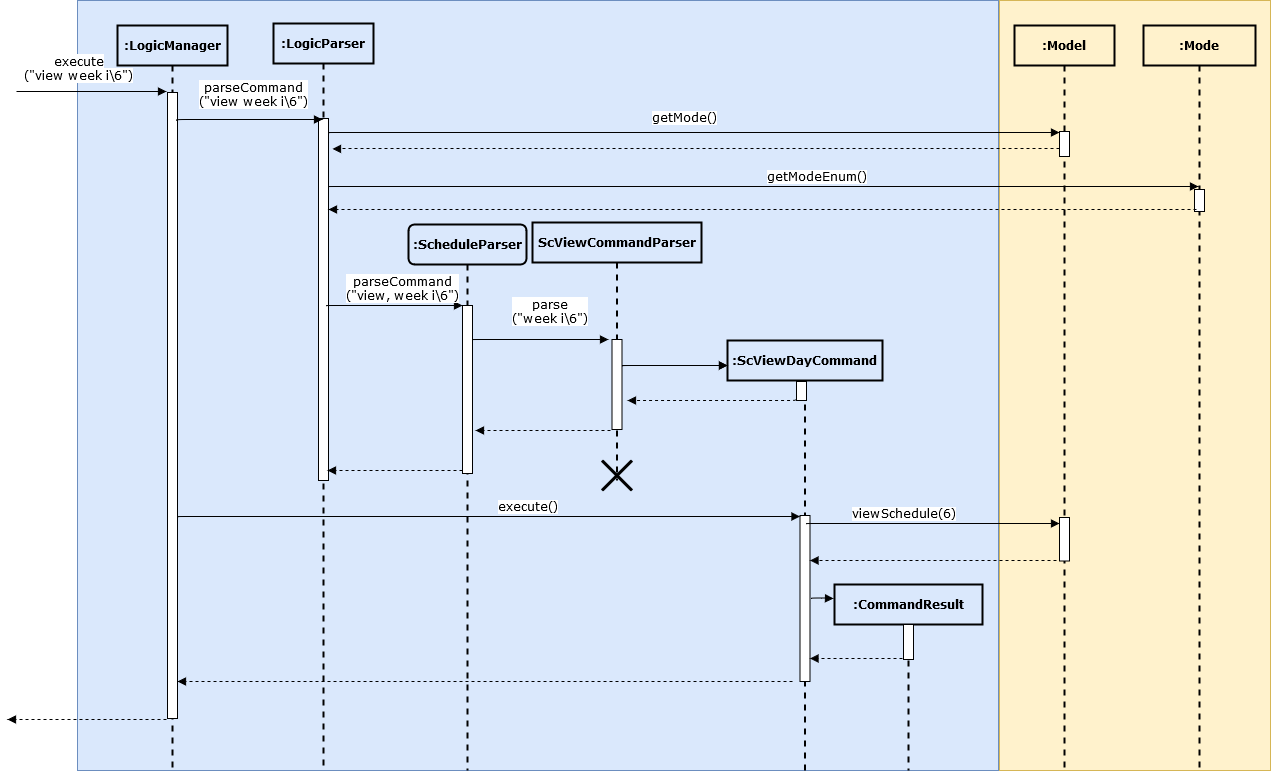
This is images/viewWeekSequenceDiagram.png from AY1920S2-CS2103T-F10-3/main, a draw.io export, as it was before one commit. Source tidied: cells renumbered, new cells last; positions are measured from the earlier drawing's top-left corner, leaving out a move shared by most shapes.
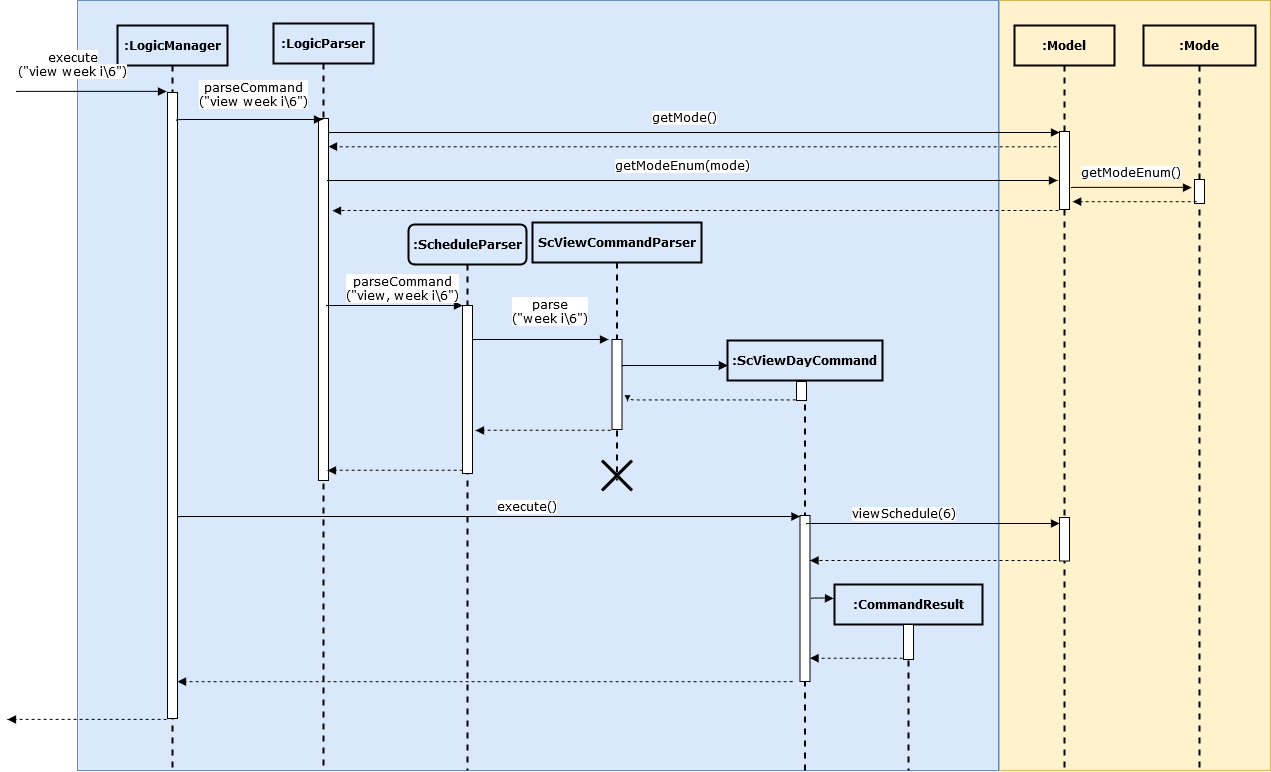
The same file after the commit.

What changed in the source:
```diff
@@ -49,7 +49,7 @@
       <mxGeometry x="1007" y="25" width="100" height="745" as="geometry" />
     </mxCell>
     <mxCell id="16" style="html=1;points=[];perimeter=orthogonalPerimeter;rounded=0;shadow=0;comic=0;labelBackgroundColor=none;strokeWidth=1;fontFamily=Verdana;fontSize=12;align=center;" parent="15" vertex="1">
-      <mxGeometry x="45" y="106" width="10" height="25" as="geometry" />
+      <mxGeometry x="45" y="106" width="10" height="78" as="geometry" />
     </mxCell>
     <mxCell id="17" value="viewSchedule(6)" style="html=1;verticalAlign=bottom;endArrow=block;labelBackgroundColor=#ffffff;fontFamily=Verdana;fontSize=12;edgeStyle=elbowEdgeStyle;elbow=vertical;exitX=1.1;exitY=0.039;exitDx=0;exitDy=0;exitPerimeter=0;" parent="15" edge="1" target="18">
       <mxGeometry x="-0.23" relative="1" as="geometry">
@@ -66,7 +66,7 @@
       <mxGeometry x="1136" y="25" width="112" height="745" as="geometry" />
     </mxCell>
     <mxCell id="20" style="html=1;points=[];perimeter=orthogonalPerimeter;rounded=0;shadow=0;comic=0;labelBackgroundColor=none;strokeWidth=1;fontFamily=Verdana;fontSize=12;align=center;" parent="19" vertex="1">
-      <mxGeometry x="51" y="164" width="10" height="22" as="geometry" />
+      <mxGeometry x="51" y="154" width="10" height="24" as="geometry" />
     </mxCell>
     <mxCell id="21" value=":LogicManager" style="shape=umlLifeline;perimeter=lifelinePerimeter;whiteSpace=wrap;html=1;rounded=0;shadow=0;comic=0;labelBackgroundColor=none;strokeWidth=2;fontFamily=Verdana;fontSize=12;align=center;fillColor=none;fontStyle=1;" parent="1" vertex="1">
       <mxGeometry x="110" y="25" width="110" height="745" as="geometry" />
@@ -85,20 +85,7 @@
     <mxCell id="24" value="getMode()" style="html=1;verticalAlign=bottom;endArrow=block;labelBackgroundColor=#ffffff;fontFamily=Verdana;fontSize=12;edgeStyle=elbowEdgeStyle;elbow=vertical;exitX=1.1;exitY=0.039;exitDx=0;exitDy=0;exitPerimeter=0;" parent="1" edge="1" source="5" target="16">
       <mxGeometry x="-0.03" y="5" relative="1" as="geometry" />
     </mxCell>
-    <mxCell id="25" style="html=1;verticalAlign=bottom;endArrow=block;labelBackgroundColor=none;fontFamily=Verdana;fontSize=12;edgeStyle=elbowEdgeStyle;elbow=vertical;entryX=1.4;entryY=0.084;entryDx=0;entryDy=0;entryPerimeter=0;dashed=1;" parent="1" edge="1" source="16" target="5">
-      <mxGeometry x="1" y="269" relative="1" as="geometry">
-        <mxPoint x="-1" y="22" as="offset" />
-      </mxGeometry>
-    </mxCell>
-    <mxCell id="26" value="getModeEnum()" style="html=1;verticalAlign=bottom;endArrow=block;labelBackgroundColor=#ffffff;fontFamily=Verdana;fontSize=12;edgeStyle=elbowEdgeStyle;elbow=vertical;exitX=1.1;exitY=0.039;exitDx=0;exitDy=0;exitPerimeter=0;" parent="1" edge="1" target="19">
-      <mxGeometry x="0.12" relative="1" as="geometry">
-        <mxPoint x="321" y="186.2" as="sourcePoint" />
-        <Array as="points">
-          <mxPoint x="183" y="186" />
-        </Array>
-      </mxGeometry>
-    </mxCell>
-    <mxCell id="27" style="html=1;verticalAlign=bottom;endArrow=block;labelBackgroundColor=none;fontFamily=Verdana;fontSize=12;edgeStyle=elbowEdgeStyle;elbow=vertical;dashed=1;exitX=0.2;exitY=0.909;exitDx=0;exitDy=0;exitPerimeter=0;" parent="1" edge="1" source="20" target="5">
+    <mxCell id="27" style="html=1;verticalAlign=bottom;endArrow=block;labelBackgroundColor=none;fontFamily=Verdana;fontSize=12;edgeStyle=elbowEdgeStyle;elbow=vertical;dashed=1;exitX=0.2;exitY=0.909;exitDx=0;exitDy=0;exitPerimeter=0;entryX=1.314;entryY=0.899;entryDx=0;entryDy=0;entryPerimeter=0;" parent="1" edge="1" source="20" target="16">
       <mxGeometry y="17" relative="1" as="geometry" />
     </mxCell>
     <mxCell id="28" value="&lt;div&gt;parseCommand&lt;/div&gt;&lt;div&gt;(&quot;view, week i\6&quot;)&lt;/div&gt;" style="html=1;verticalAlign=bottom;endArrow=block;labelBackgroundColor=#ffffff;fontFamily=Verdana;fontSize=12;edgeStyle=elbowEdgeStyle;elbow=vertical;exitX=1.1;exitY=0.039;exitDx=0;exitDy=0;exitPerimeter=0;" parent="1" edge="1" target="7">
@@ -188,14 +175,39 @@
       </mxGeometry>
     </mxCell>
     <mxCell id="41" value="&lt;div&gt;&lt;span style=&quot;background-color: rgb(255 , 255 , 255)&quot;&gt;execute&lt;/span&gt;&lt;/div&gt;&lt;div&gt;&lt;span style=&quot;background-color: rgb(255 , 255 , 255)&quot;&gt;(&quot;view week i\6&quot;)&lt;/span&gt;&lt;/div&gt;" style="html=1;verticalAlign=bottom;endArrow=block;entryX=0.2;entryY=0.004;labelBackgroundColor=none;fontFamily=Verdana;fontSize=12;edgeStyle=elbowEdgeStyle;elbow=vertical;entryDx=0;entryDy=0;entryPerimeter=0;" parent="1" edge="1">
-      <mxGeometry x="1" y="88" relative="1" as="geometry">
+      <mxGeometry x="-0.25" y="10" relative="1" as="geometry">
         <mxPoint x="9" y="91" as="sourcePoint" />
         <mxPoint x="159" y="91" as="targetPoint" />
-        <mxPoint y="-6" as="offset" />
       </mxGeometry>
     </mxCell>
     <mxCell id="42" style="shape=umlDestroy;whiteSpace=wrap;html=1;strokeWidth=3;rounded=0;fillColor=none;" parent="1" vertex="1">
       <mxGeometry x="594.5" y="460" width="30" height="30" as="geometry" />
     </mxCell>
+    <mxCell id="26" value="getModeEnum()" style="html=1;verticalAlign=bottom;endArrow=block;labelBackgroundColor=#ffffff;fontFamily=Verdana;fontSize=12;edgeStyle=elbowEdgeStyle;elbow=vertical;" parent="1" edge="1">
+      <mxGeometry x="-0.03" y="5" relative="1" as="geometry">
+        <mxPoint x="1064" y="187.1" as="sourcePoint" />
+        <mxPoint x="1184" y="187.1" as="targetPoint" />
+      </mxGeometry>
+    </mxCell>
+    <mxCell id="43" style="html=1;verticalAlign=bottom;endArrow=block;labelBackgroundColor=none;fontFamily=Verdana;fontSize=12;edgeStyle=elbowEdgeStyle;elbow=vertical;dashed=1;entryX=0.59;entryY=0.251;entryDx=0;entryDy=0;entryPerimeter=0;" parent="1" edge="1" target="4">
+      <mxGeometry y="17" relative="1" as="geometry">
+        <mxPoint x="1051" y="210" as="sourcePoint" />
+        <Array as="points">
+          <mxPoint x="799" y="210" />
+        </Array>
+      </mxGeometry>
+    </mxCell>
+    <mxCell id="44" value="getModeEnum(mode)" style="html=1;verticalAlign=bottom;endArrow=block;labelBackgroundColor=#ffffff;fontFamily=Verdana;fontSize=12;edgeStyle=elbowEdgeStyle;elbow=vertical;exitX=1.1;exitY=0.039;exitDx=0;exitDy=0;exitPerimeter=0;" parent="1" edge="1">
+      <mxGeometry x="-0.03" y="5" relative="1" as="geometry">
+        <mxPoint x="320" y="180.1" as="sourcePoint" />
+        <mxPoint x="1050" y="180" as="targetPoint" />
+      </mxGeometry>
+    </mxCell>
+    <mxCell id="45" style="html=1;verticalAlign=bottom;endArrow=block;labelBackgroundColor=none;fontFamily=Verdana;fontSize=12;edgeStyle=elbowEdgeStyle;elbow=vertical;dashed=1;entryX=0.57;entryY=0.228;entryDx=0;entryDy=0;entryPerimeter=0;" parent="1" edge="1">
+      <mxGeometry y="17" relative="1" as="geometry">
+        <mxPoint x="1049" y="146" as="sourcePoint" />
+        <mxPoint x="321" y="146.1" as="targetPoint" />
+      </mxGeometry>
+    </mxCell>
   </root>
 </mxGraphModel>
```
